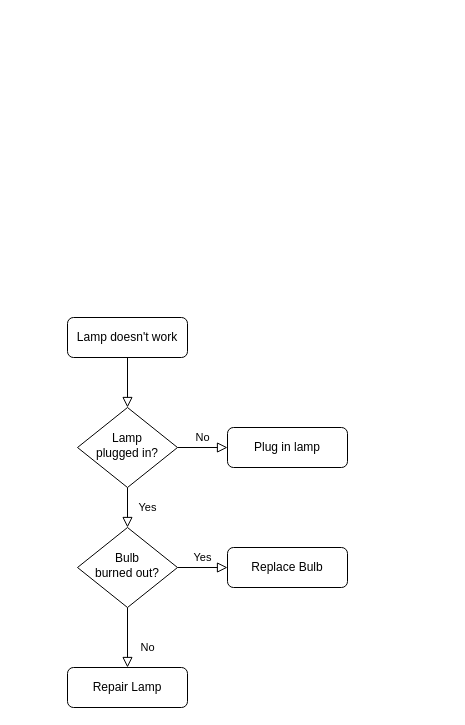
The draw.io diagram Untitled Diagram.drawio in anDongCoder/draw-io, before the edit. Source tidied: cells renumbered, new cells numbered last; positions are measured from the earlier drawing's top-left corner, leaving out a move shared by most shapes. Both pictures are drawn from the tidied source at 100%, with x=0, y=0 at pixel (67, 317).
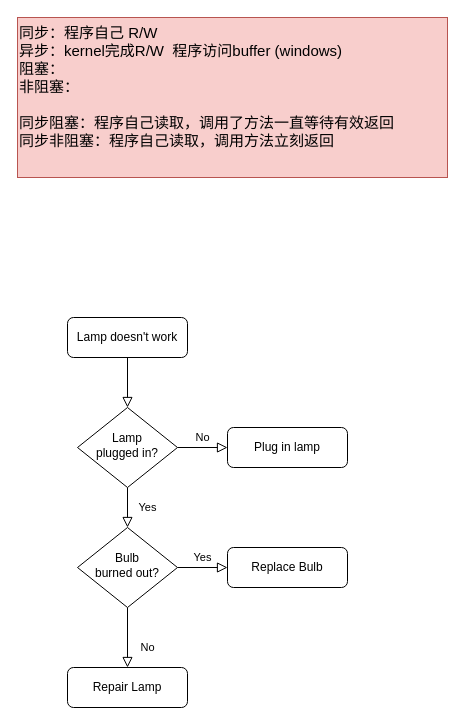
Above is the later version.

What changed in the source:
```diff
@@
 <mxGraphModel>
   <root>
     <mxCell id="0" />
     <mxCell id="1" parent="0" />
     <mxCell id="2" style="rounded=0;html=1;jettySize=auto;fontSize=11;endArrow=block;endFill=0;endSize=8;strokeWidth=1;shadow=0;labelBackgroundColor=none;edgeStyle=orthogonalEdgeStyle;" parent="1" edge="1" source="3" target="6">
       <mxGeometry relative="1" as="geometry" />
     </mxCell>
     <mxCell id="3" value="Lamp doesn't work" style="rounded=1;whiteSpace=wrap;html=1;fontSize=12;glass=0;strokeWidth=1;shadow=0;" parent="1" vertex="1">
       <mxGeometry width="120" height="40" as="geometry" />
     </mxCell>
     <mxCell id="4" value="Yes" style="rounded=0;html=1;jettySize=auto;fontSize=11;endArrow=block;endFill=0;endSize=8;strokeWidth=1;shadow=0;labelBackgroundColor=none;edgeStyle=orthogonalEdgeStyle;" parent="1" edge="1" source="6" target="10">
       <mxGeometry y="20" relative="1" as="geometry" />
     </mxCell>
     <mxCell id="5" value="No" style="edgeStyle=orthogonalEdgeStyle;rounded=0;html=1;jettySize=auto;fontSize=11;endArrow=block;endFill=0;endSize=8;strokeWidth=1;shadow=0;labelBackgroundColor=none;" parent="1" edge="1" source="6" target="7">
       <mxGeometry y="10" relative="1" as="geometry" />
     </mxCell>
     <mxCell id="6" value="Lamp&lt;br&gt;plugged in?" style="rhombus;whiteSpace=wrap;html=1;shadow=0;fontFamily=Helvetica;fontSize=12;align=center;strokeWidth=1;spacing=6;spacingTop=-4;" parent="1" vertex="1">
       <mxGeometry x="10" y="90" width="100" height="80" as="geometry" />
     </mxCell>
     <mxCell id="7" value="Plug in lamp" style="rounded=1;whiteSpace=wrap;html=1;fontSize=12;glass=0;strokeWidth=1;shadow=0;" parent="1" vertex="1">
       <mxGeometry x="160" y="110" width="120" height="40" as="geometry" />
     </mxCell>
     <mxCell id="8" value="No" style="rounded=0;html=1;jettySize=auto;fontSize=11;endArrow=block;endFill=0;endSize=8;strokeWidth=1;shadow=0;labelBackgroundColor=none;edgeStyle=orthogonalEdgeStyle;" parent="1" edge="1" source="10" target="11">
       <mxGeometry x="0.33" y="20" relative="1" as="geometry" />
     </mxCell>
     <mxCell id="9" value="Yes" style="edgeStyle=orthogonalEdgeStyle;rounded=0;html=1;jettySize=auto;fontSize=11;endArrow=block;endFill=0;endSize=8;strokeWidth=1;shadow=0;labelBackgroundColor=none;" parent="1" edge="1" source="10" target="12">
       <mxGeometry y="10" relative="1" as="geometry" />
     </mxCell>
     <mxCell id="10" value="Bulb&lt;br&gt;burned out?" style="rhombus;whiteSpace=wrap;html=1;shadow=0;fontFamily=Helvetica;fontSize=12;align=center;strokeWidth=1;spacing=6;spacingTop=-4;" parent="1" vertex="1">
       <mxGeometry x="10" y="210" width="100" height="80" as="geometry" />
     </mxCell>
     <mxCell id="11" value="Repair Lamp" style="rounded=1;whiteSpace=wrap;html=1;fontSize=12;glass=0;strokeWidth=1;shadow=0;" parent="1" vertex="1">
       <mxGeometry y="350" width="120" height="40" as="geometry" />
     </mxCell>
     <mxCell id="12" value="Replace Bulb" style="rounded=1;whiteSpace=wrap;html=1;fontSize=12;glass=0;strokeWidth=1;shadow=0;" parent="1" vertex="1">
       <mxGeometry x="160" y="230" width="120" height="40" as="geometry" />
     </mxCell>
+    <mxCell id="13" value="同步：程序自己 R/W&lt;br&gt;异步：kernel完成R/W&amp;nbsp; 程序访问buffer (windows)&lt;br&gt;阻塞：&lt;br&gt;非阻塞：&lt;br&gt;&lt;br&gt;同步阻塞：程序自己读取，调用了方法一直等待有效返回&lt;br&gt;同步非阻塞：程序自己读取，调用方法立刻返回" style="rounded=0;whiteSpace=wrap;html=1;fillColor=#f8cecc;strokeColor=#b85450;align=left;fontSize=15;verticalAlign=top;" parent="1" vertex="1">
+      <mxGeometry x="-50" y="-300" width="430" height="160" as="geometry" />
+    </mxCell>
   </root>
 </mxGraphModel>
```
